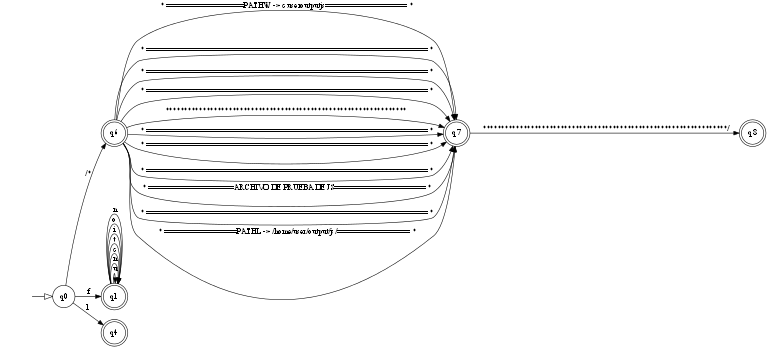
Earlier version of the Graphviz export x.gv.png (cgomez29/OLC1_Proyecto1_-201801480). Its source is kept beside it as x.gv.
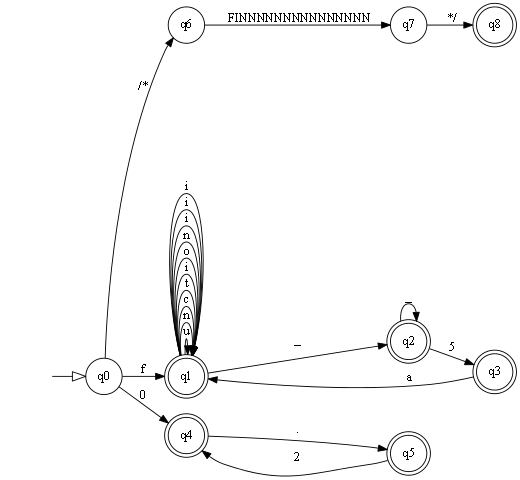
Above is the later version.

The edit, as a diff of the source:
```diff
@@ -2,44 +2,18 @@
 	rankdir=LR size="8,5"
 	node [shape=circle]
 	q0
-	node [shape=doublecircle]
 	q6
 	q7
-	q7
-	q7
-	q7
-	q7
-	q7
-	q7
-	q7
-	q7
-	q7
-	q7
+	node [shape=doublecircle]
+	q1
+	q2
+	q3
+	q4
+	q5
 	q8
-	q1
-	q1
-	q1
-	q1
-	q1
-	q1
-	q1
-	q1
-	q4
+	q0 -> q1 [label=f]
+	q0 -> q4 [label=0]
 	q0 -> q6 [label="/*"]
-	q0 -> q1 [label=f]
-	q0 -> q4 [label=1]
-	q6 -> q7 [label="*****************************************************************"]
-	q6 -> q7 [label=" * ============================================================== *"]
-	q6 -> q7 [label=" * ============================================================== *"]
-	q6 -> q7 [label=" * ============================================================== *"]
-	q6 -> q7 [label=" * ===================ARCHIVO DE PRUEBA DE JS==================== *"]
-	q6 -> q7 [label=" * ============================================================== *"]
-	q6 -> q7 [label=" * ================PATHL -> /home/user/output/js/================ *"]
-	q6 -> q7 [label=" * =================PATHW -> c:\user\output\js\================== *"]
-	q6 -> q7 [label=" * ============================================================== *"]
-	q6 -> q7 [label=" * ============================================================== *"]
-	q6 -> q7 [label=" * ============================================================== *"]
-	q7 -> q8 [label=" ******************************************************************/"]
 	q1 -> q1 [label=u]
 	q1 -> q1 [label=n]
 	q1 -> q1 [label=c]
@@ -47,6 +21,17 @@
 	q1 -> q1 [label=i]
 	q1 -> q1 [label=o]
 	q1 -> q1 [label=n]
+	q1 -> q2 [label=_]
+	q1 -> q1 [label=i]
+	q1 -> q1 [label=i]
+	q1 -> q1 [label=i]
+	q2 -> q2 [label=_]
+	q2 -> q3 [label=5]
+	q3 -> q1 [label=a]
+	q4 -> q5 [label="."]
+	q5 -> q4 [label=2]
+	q6 -> q7 [label=" FINNNNNNNNNNNNNNN"]
+	q7 -> q8 [label="*/"]
 	node [shape=none]
 	edge [arrowhead=empty arrowsize=1.5]
 	"" -> q0
```
